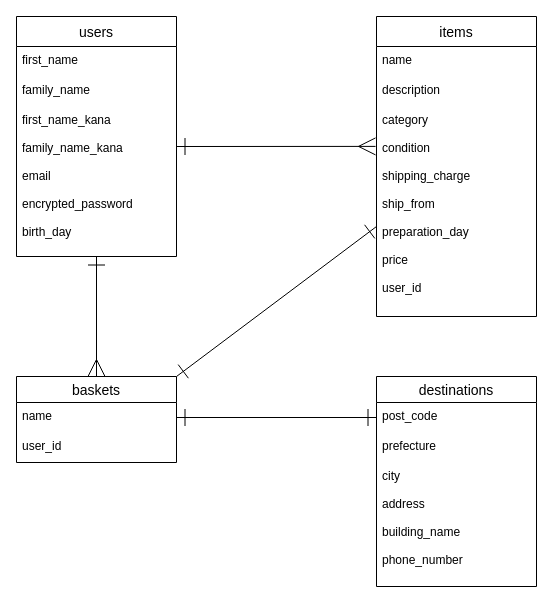
apricot0106/furima-38203 keeps this draw.io diagram as furima.dio. Above is the earlier version. Source tidied: cells renumbered, new cells numbered last; positions are measured from the earlier drawing's top-left corner, leaving out a move shared by most shapes. Both pictures are drawn from the tidied source at 100%, with x=0, y=0 at pixel (16, 16).
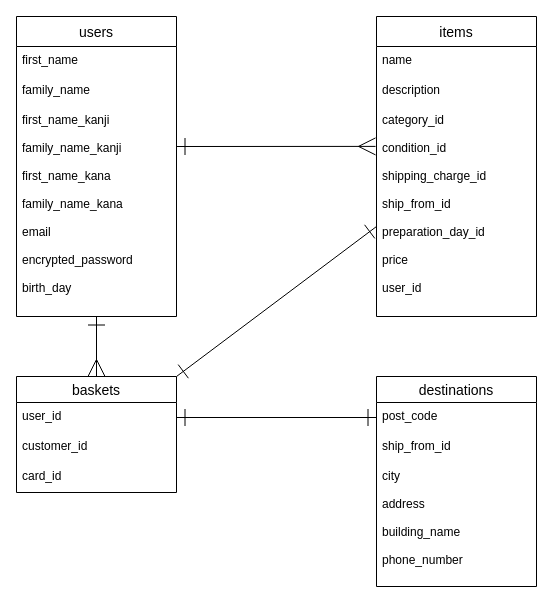
After the change.

Commit message (it also covers changes not shown here):
データベース設計3

Unchanged cells that the change refers to:
```xml
<mxCell id="9" value="items" style="swimlane;fontStyle=0;horizontal=1;startSize=30;align=center;fontSize=14;" parent="1" vertex="1">
  <mxGeometry x="360" width="160" height="300" as="geometry" />
</mxCell>
<mxCell id="13" value="destinations" style="swimlane;fontStyle=0;horizontal=1;startSize=26;align=center;fontSize=14;strokeColor=default;strokeWidth=1;" parent="1" vertex="1">
  <mxGeometry x="360" y="360" width="160" height="210" as="geometry" />
</mxCell>
<mxCell id="14" value="post_code" style="text;strokeColor=none;fillColor=none;spacingLeft=4;spacingRight=4;overflow=hidden;points=[[0,0.5],[1,0.5]];portConstraint=eastwest;fontSize=12;" parent="13" vertex="1">
  <mxGeometry y="26" width="160" height="30" as="geometry" />
</mxCell>
```

Diff of the diagram source:
```diff
@@
-    <mxCell id="3" style="edgeStyle=none;html=1;entryX=0.5;entryY=0;entryDx=0;entryDy=0;startArrow=ERone;startFill=0;endArrow=ERmany;endFill=0;startSize=15;endSize=15;" parent="1" edge="1" source="4" target="18">
-      <mxGeometry relative="1" as="geometry" />
+    <mxCell id="3" style="edgeStyle=none;html=1;entryX=0.5;entryY=0;entryDx=0;entryDy=0;startArrow=ERone;startFill=0;endArrow=ERmany;endFill=0;startSize=15;endSize=15;" parent="1" edge="1" source="4">
+      <mxGeometry relative="1" as="geometry">
+        <mxPoint x="80" y="360" as="targetPoint" />
+      </mxGeometry>
     </mxCell>
     <mxCell id="4" value="users" style="swimlane;fontStyle=0;horizontal=1;startSize=30;align=center;fontSize=14;strokeWidth=1;" parent="1" vertex="1">
-      <mxGeometry width="160" height="240" as="geometry" />
+      <mxGeometry width="160" height="300" as="geometry" />
     </mxCell>
@@
-    <mxCell id="7" value="first_name_kana&#10;&#10;family_name_kana&#10;&#10;email&#10;&#10;encrypted_password&#10;&#10;birth_day" style="text;spacingLeft=4;spacingRight=4;overflow=hidden;fontSize=12;" parent="4" vertex="1">
-      <mxGeometry y="90" width="160" height="150" as="geometry" />
+    <mxCell id="7" value="first_name_kanji&#10;&#10;family_name_kanji&#10;&#10;first_name_kana&#10;&#10;family_name_kana&#10;&#10;email&#10;&#10;encrypted_password&#10;&#10;birth_day" style="text;spacingLeft=4;spacingRight=4;overflow=hidden;fontSize=12;" parent="4" vertex="1">
+      <mxGeometry y="90" width="160" height="210" as="geometry" />
     </mxCell>
-    <mxCell id="8" style="edgeStyle=none;html=1;startArrow=ERone;startFill=0;endArrow=ERone;endFill=0;startSize=15;endSize=15;entryX=1;entryY=0;entryDx=0;entryDy=0;" parent="1" edge="1" source="9" target="18">
-      <mxGeometry relative="1" as="geometry" />
+    <mxCell id="8" style="edgeStyle=none;html=1;startArrow=ERone;startFill=0;endArrow=ERone;endFill=0;startSize=15;endSize=15;entryX=1;entryY=0;entryDx=0;entryDy=0;" parent="1" edge="1" source="9">
+      <mxGeometry relative="1" as="geometry">
+        <mxPoint x="160" y="360" as="targetPoint" />
+      </mxGeometry>
     </mxCell>
@@
-    <mxCell id="12" value="category&#10;&#10;condition&#10;&#10;shipping_charge&#10;&#10;ship_from&#10;&#10;preparation_day&#10;&#10;price&#10;&#10;user_id" style="text;strokeColor=none;fillColor=none;spacingLeft=4;spacingRight=4;overflow=hidden;points=[[0,0.5],[1,0.5]];portConstraint=eastwest;fontSize=12;" parent="9" vertex="1">
+    <mxCell id="12" value="category_id&#10;&#10;condition_id&#10;&#10;shipping_charge_id&#10;&#10;ship_from_id&#10;&#10;preparation_day_id&#10;&#10;price&#10;&#10;user_id" style="text;strokeColor=none;fillColor=none;spacingLeft=4;spacingRight=4;overflow=hidden;points=[[0,0.5],[1,0.5]];portConstraint=eastwest;fontSize=12;" parent="9" vertex="1">
       <mxGeometry y="90" width="160" height="210" as="geometry" />
     </mxCell>
@@
-    <mxCell id="15" value="prefecture" style="text;strokeColor=none;fillColor=none;spacingLeft=4;spacingRight=4;overflow=hidden;fontSize=12;" parent="13" vertex="1">
+    <mxCell id="15" value="ship_from_id" style="text;strokeColor=none;fillColor=none;spacingLeft=4;spacingRight=4;overflow=hidden;fontSize=12;" parent="13" vertex="1">
       <mxGeometry y="56" width="160" height="30" as="geometry" />
     </mxCell>
@@
-    <mxCell id="17" style="edgeStyle=none;html=1;entryX=0;entryY=0.5;entryDx=0;entryDy=0;startArrow=ERone;startFill=0;endArrow=ERone;endFill=0;startSize=15;endSize=15;exitX=1;exitY=0.5;exitDx=0;exitDy=0;" parent="1" edge="1" source="19" target="14">
-      <mxGeometry relative="1" as="geometry" />
+    <mxCell id="17" style="edgeStyle=none;html=1;entryX=0;entryY=0.5;entryDx=0;entryDy=0;startArrow=ERone;startFill=0;endArrow=ERone;endFill=0;startSize=15;endSize=15;exitX=1;exitY=0.5;exitDx=0;exitDy=0;" parent="1" edge="1" target="14">
+      <mxGeometry relative="1" as="geometry">
+        <mxPoint x="160" y="401" as="sourcePoint" />
+      </mxGeometry>
     </mxCell>
-    <mxCell id="18" value="baskets" style="swimlane;fontStyle=0;horizontal=1;startSize=26;align=center;fontSize=14;strokeColor=default;strokeWidth=1;" parent="1" vertex="1">
-      <mxGeometry y="360" width="160" height="86" as="geometry" />
+    <mxCell id="18" value="baskets" style="swimlane;fontStyle=0;horizontal=1;startSize=26;align=center;fontSize=14;" parent="1" vertex="1">
+      <mxGeometry y="360" width="160" height="116" as="geometry" />
     </mxCell>
-    <mxCell id="19" value="name" style="text;strokeColor=none;fillColor=none;spacingLeft=4;spacingRight=4;overflow=hidden;points=[[0,0.5],[1,0.5]];portConstraint=eastwest;fontSize=12;" parent="18" vertex="1">
-      <mxGeometry y="26" width="160" height="30" as="geometry" />
-    </mxCell>
     <mxCell id="20" value="user_id" style="text;strokeColor=none;fillColor=none;spacingLeft=4;spacingRight=4;overflow=hidden;fontSize=12;" parent="18" vertex="1">
-      <mxGeometry y="56" width="160" height="30" as="geometry" />
+      <mxGeometry y="26" width="160" height="30" as="geometry" />
     </mxCell>
+    <mxCell id="21" value="customer_id" style="text;strokeColor=none;fillColor=none;spacingLeft=4;spacingRight=4;overflow=hidden;fontSize=12;" parent="18" vertex="1">
+      <mxGeometry y="56" width="160" height="30" as="geometry" />
+    </mxCell>
+    <mxCell id="22" value="card_id" style="text;strokeColor=none;fillColor=none;spacingLeft=4;spacingRight=4;overflow=hidden;fontSize=12;" parent="18" vertex="1">
+      <mxGeometry y="86" width="160" height="30" as="geometry" />
+    </mxCell>
```
